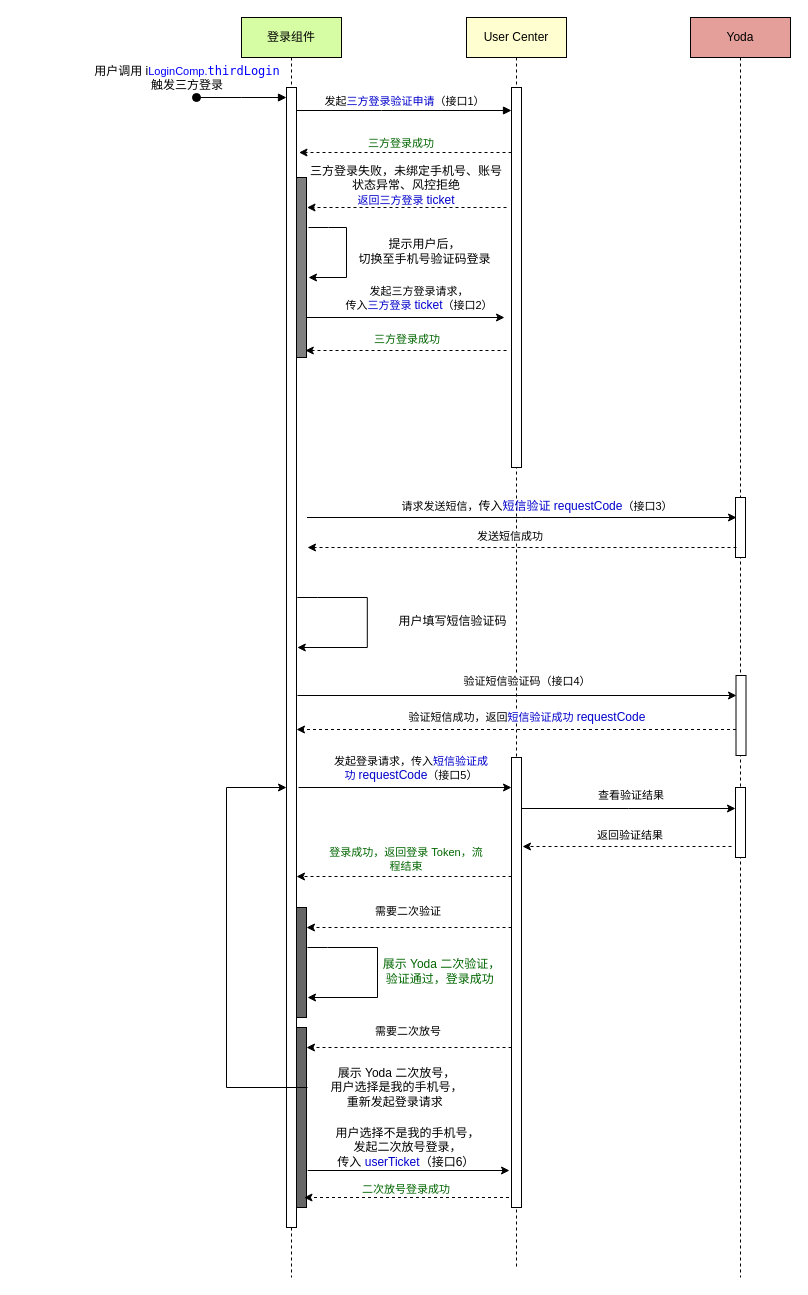
Above: src/account-third.drawio in zhengjiaqi/draw (draw.io), before the change. Source tidied: cells renumbered, new cells numbered last; positions are measured from the earlier drawing's top-left corner, leaving out a move shared by most shapes. Both pictures are drawn from the tidied source at 100%, with x=0, y=0 at pixel (16, 17).
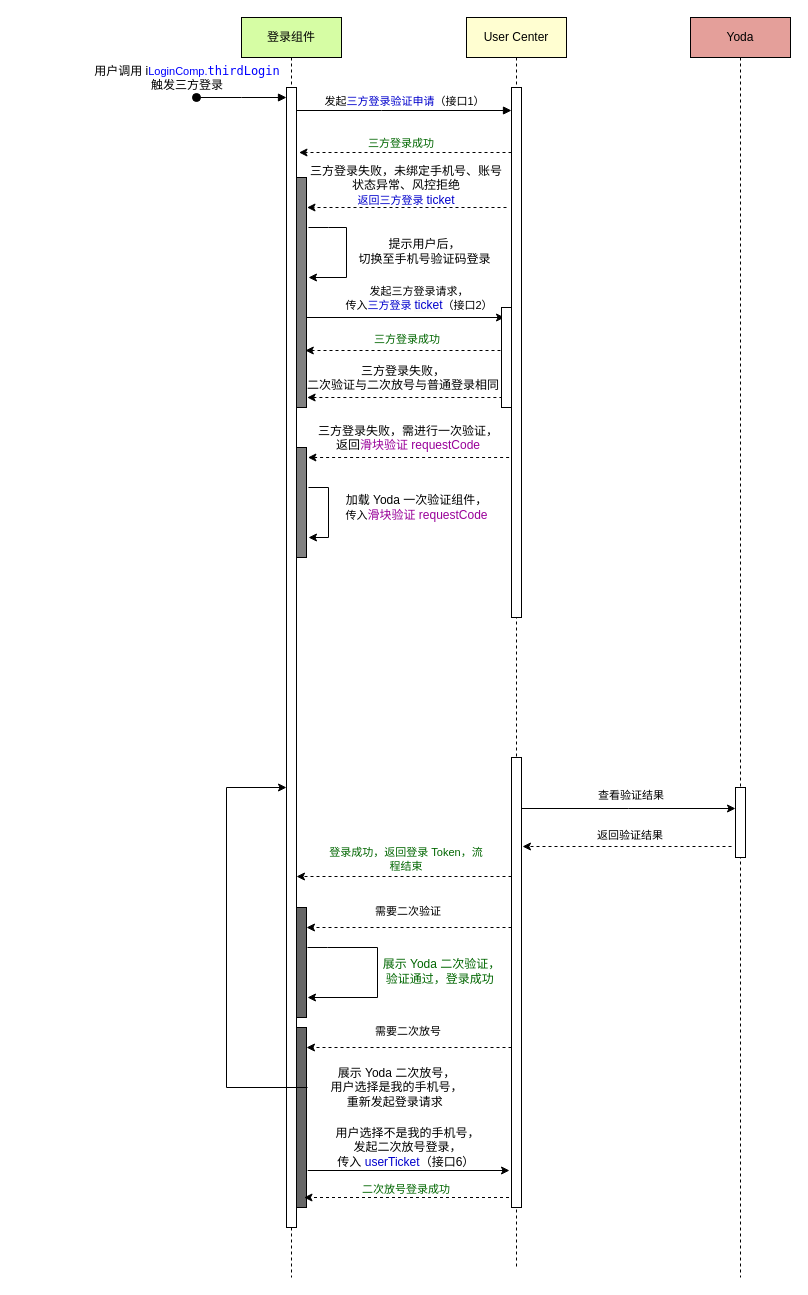
The same page after the edit.

The change refers to these unchanged cells:
```xml
<mxCell id="2" value="登录组件" style="shape=umlLifeline;perimeter=lifelinePerimeter;whiteSpace=wrap;html=1;newEdgeStyle={&quot;edgeStyle&quot;:&quot;elbowEdgeStyle&quot;,&quot;elbow&quot;:&quot;vertical&quot;,&quot;curved&quot;:0,&quot;rounded&quot;:0};fillColor=#D6FDA4;" parent="1" vertex="1">
  <mxGeometry x="225" width="100" height="1260" as="geometry" />
</mxCell>
<mxCell id="8" value="User Center" style="shape=umlLifeline;perimeter=lifelinePerimeter;whiteSpace=wrap;html=1;newEdgeStyle={&quot;edgeStyle&quot;:&quot;elbowEdgeStyle&quot;,&quot;elbow&quot;:&quot;vertical&quot;,&quot;curved&quot;:0,&quot;rounded&quot;:0};fillColor=#FFFED1;" parent="1" vertex="1">
  <mxGeometry x="450" width="100" height="1250" as="geometry" />
</mxCell>
<mxCell id="10" style="html=1;points=[];perimeter=orthogonalPerimeter;outlineConnect=0;targetShapes=umlLifeline;portConstraint=eastwest;newEdgeStyle={&quot;edgeStyle&quot;:&quot;elbowEdgeStyle&quot;,&quot;elbow&quot;:&quot;vertical&quot;,&quot;curved&quot;:0,&quot;rounded&quot;:0};" parent="8" vertex="1">
  <mxGeometry x="45" y="740" width="10" height="450" as="geometry" />
</mxCell>
<mxCell id="12" value="Yoda" style="shape=umlLifeline;perimeter=lifelinePerimeter;whiteSpace=wrap;html=1;newEdgeStyle={&quot;edgeStyle&quot;:&quot;elbowEdgeStyle&quot;,&quot;elbow&quot;:&quot;vertical&quot;,&quot;curved&quot;:0,&quot;rounded&quot;:0};fillColor=#E49F9A;" parent="1" vertex="1">
  <mxGeometry x="674" width="100" height="1260" as="geometry" />
</mxCell>
```

The edit, as a diff of the source:
```diff
@@
     <mxCell id="6" style="html=1;perimeter=orthogonalPerimeter;targetShapes=umlLifeline;newEdgeStyle={&quot;edgeStyle&quot;:&quot;elbowEdgeStyle&quot;,&quot;elbow&quot;:&quot;vertical&quot;,&quot;curved&quot;:0,&quot;rounded&quot;:0};fillColor=#808080;" parent="2" vertex="1">
-      <mxGeometry x="55" y="160" width="10" height="180" as="geometry" />
+      <mxGeometry x="55" y="160" width="10" height="230" as="geometry" />
     </mxCell>
@@
+    <mxCell id="57" style="html=1;perimeter=orthogonalPerimeter;targetShapes=umlLifeline;newEdgeStyle={&quot;edgeStyle&quot;:&quot;elbowEdgeStyle&quot;,&quot;elbow&quot;:&quot;vertical&quot;,&quot;curved&quot;:0,&quot;rounded&quot;:0};fillColor=#808080;" parent="2" vertex="1">
+      <mxGeometry x="55" y="430" width="10" height="110" as="geometry" />
+    </mxCell>
@@
     <mxCell id="9" style="html=1;perimeter=orthogonalPerimeter;targetShapes=umlLifeline;newEdgeStyle={&quot;edgeStyle&quot;:&quot;elbowEdgeStyle&quot;,&quot;elbow&quot;:&quot;vertical&quot;,&quot;curved&quot;:0,&quot;rounded&quot;:0};" parent="8" vertex="1">
-      <mxGeometry x="45" y="70" width="10" height="380" as="geometry" />
+      <mxGeometry x="45" y="70" width="10" height="530" as="geometry" />
     </mxCell>
@@
-    <mxCell id="13" style="html=1;perimeter=orthogonalPerimeter;targetShapes=umlLifeline;newEdgeStyle={&quot;edgeStyle&quot;:&quot;elbowEdgeStyle&quot;,&quot;elbow&quot;:&quot;vertical&quot;,&quot;curved&quot;:0,&quot;rounded&quot;:0};" parent="12" vertex="1">
-      <mxGeometry x="45" y="480" width="10" height="60" as="geometry" />
-    </mxCell>
-    <mxCell id="14" style="html=1;perimeter=orthogonalPerimeter;targetShapes=umlLifeline;newEdgeStyle={&quot;edgeStyle&quot;:&quot;elbowEdgeStyle&quot;,&quot;elbow&quot;:&quot;vertical&quot;,&quot;curved&quot;:0,&quot;rounded&quot;:0};" parent="12" vertex="1">
-      <mxGeometry x="45.5" y="658" width="10" height="80" as="geometry" />
-    </mxCell>
@@
-    <mxCell id="18" style="edgeStyle=elbowEdgeStyle;rounded=0;orthogonalLoop=1;jettySize=auto;html=1;elbow=vertical;curved=0;" parent="1" edge="1">
-      <mxGeometry relative="1" as="geometry">
-        <mxPoint x="290.5" y="500" as="sourcePoint" />
-        <mxPoint x="720" y="500" as="targetPoint" />
-      </mxGeometry>
-    </mxCell>
-    <mxCell id="19" value="&lt;span style=&quot;color: rgb(0, 0, 0); font-family: Helvetica; font-size: 11px; font-style: normal; font-variant-ligatures: normal; font-variant-caps: normal; font-weight: 400; letter-spacing: normal; orphans: 2; text-indent: 0px; text-transform: none; widows: 2; word-spacing: 0px; -webkit-text-stroke-width: 0px; background-color: rgb(255, 255, 255); text-decoration-thickness: initial; text-decoration-style: initial; text-decoration-color: initial; float: none; display: inline !important;&quot;&gt;请求发送短信，&lt;/span&gt;传入&lt;font style=&quot;border-color: var(--border-color);&quot; color=&quot;#0000cc&quot;&gt;短信验证&amp;nbsp;requestCode&lt;/font&gt;&lt;span style=&quot;border-color: var(--border-color); font-size: 11px; background-color: rgb(255, 255, 255);&quot;&gt;（接口3）&lt;/span&gt;" style="text;whiteSpace=wrap;html=1;align=center;" parent="1" vertex="1">
-      <mxGeometry x="351" y="475" width="340" height="20" as="geometry" />
-    </mxCell>
-    <mxCell id="20" style="edgeStyle=elbowEdgeStyle;rounded=0;orthogonalLoop=1;jettySize=auto;html=1;elbow=vertical;curved=0;dashed=1;" parent="1" edge="1">
-      <mxGeometry relative="1" as="geometry">
-        <mxPoint x="720" y="530" as="sourcePoint" />
-        <mxPoint x="291" y="530" as="targetPoint" />
-      </mxGeometry>
-    </mxCell>
-    <mxCell id="21" value="&lt;span style=&quot;font-size: 11px; background-color: rgb(255, 255, 255);&quot;&gt;发送短信成功&lt;/span&gt;" style="text;whiteSpace=wrap;html=1;align=center;" parent="1" vertex="1">
-      <mxGeometry x="324" y="505" width="340" height="20" as="geometry" />
-    </mxCell>
-    <mxCell id="22" style="edgeStyle=elbowEdgeStyle;rounded=0;orthogonalLoop=1;jettySize=auto;html=1;elbow=vertical;curved=0;entryX=0;entryY=0.167;entryDx=0;entryDy=0;entryPerimeter=0;" parent="1" edge="1">
-      <mxGeometry relative="1" as="geometry">
-        <mxPoint x="281" y="678" as="sourcePoint" />
-        <mxPoint x="720" y="678.4" as="targetPoint" />
-      </mxGeometry>
-    </mxCell>
-    <mxCell id="23" value="&lt;span style=&quot;color: rgb(0, 0, 0); font-family: Helvetica; font-size: 11px; font-style: normal; font-variant-ligatures: normal; font-variant-caps: normal; font-weight: 400; letter-spacing: normal; orphans: 2; text-indent: 0px; text-transform: none; widows: 2; word-spacing: 0px; -webkit-text-stroke-width: 0px; background-color: rgb(255, 255, 255); text-decoration-thickness: initial; text-decoration-style: initial; text-decoration-color: initial; float: none; display: inline !important;&quot;&gt;验证短信验证码&lt;/span&gt;&lt;span style=&quot;color: rgb(0, 0, 0); font-family: Helvetica; font-size: 11px; font-style: normal; font-variant-ligatures: normal; font-variant-caps: normal; font-weight: 400; letter-spacing: normal; orphans: 2; text-indent: 0px; text-transform: none; widows: 2; word-spacing: 0px; -webkit-text-stroke-width: 0px; background-color: rgb(255, 255, 255); text-decoration-thickness: initial; text-decoration-style: initial; text-decoration-color: initial; float: none; display: inline !important;&quot;&gt;（接口4）&lt;/span&gt;" style="text;whiteSpace=wrap;html=1;align=center;" parent="1" vertex="1">
-      <mxGeometry x="340.5" y="650" width="340" height="20" as="geometry" />
-    </mxCell>
@@
-    <mxCell id="26" style="edgeStyle=elbowEdgeStyle;rounded=0;orthogonalLoop=1;jettySize=auto;html=1;elbow=vertical;curved=0;dashed=1;" parent="1" edge="1">
-      <mxGeometry relative="1" as="geometry">
-        <mxPoint x="719.5" y="712" as="sourcePoint" />
-        <mxPoint x="280" y="712" as="targetPoint" />
-      </mxGeometry>
-    </mxCell>
-    <mxCell id="27" value="&lt;span style=&quot;font-size: 11px; background-color: rgb(255, 255, 255);&quot;&gt;验证短信成功，返回&lt;font color=&quot;#0000cc&quot;&gt;短信验证成功&amp;nbsp;&lt;/font&gt;&lt;/span&gt;&lt;font color=&quot;#0000cc&quot;&gt;requestCode&lt;/font&gt;" style="text;whiteSpace=wrap;html=1;align=center;" parent="1" vertex="1">
-      <mxGeometry x="340.5" y="686" width="340" height="20" as="geometry" />
-    </mxCell>
-    <mxCell id="28" style="endArrow=classic;html=1;rounded=0;" parent="1" edge="1" target="10">
-      <mxGeometry relative="1" as="geometry">
-        <mxPoint x="282" y="770" as="sourcePoint" />
-      </mxGeometry>
-    </mxCell>
-    <mxCell id="29" value="&lt;span style=&quot;color: rgb(0, 0, 0); font-family: Helvetica; font-size: 11px; font-style: normal; font-variant-ligatures: normal; font-variant-caps: normal; font-weight: 400; letter-spacing: normal; orphans: 2; text-indent: 0px; text-transform: none; widows: 2; word-spacing: 0px; -webkit-text-stroke-width: 0px; background-color: rgb(255, 255, 255); text-decoration-thickness: initial; text-decoration-style: initial; text-decoration-color: initial; float: none; display: inline !important;&quot;&gt;发起登录请求，传入&lt;font style=&quot;border-color: var(--border-color);&quot; color=&quot;#0000cc&quot;&gt;短信验证成功&amp;nbsp;&lt;/font&gt;&lt;font style=&quot;border-color: var(--border-color); font-size: 12px; background-color: rgb(251, 251, 251);&quot; color=&quot;#0000cc&quot;&gt;requestCode&lt;/font&gt;（接口5）&lt;/span&gt;" style="text;whiteSpace=wrap;html=1;align=center;" parent="1" vertex="1">
-      <mxGeometry x="310" y="730" width="170" height="20" as="geometry" />
-    </mxCell>
@@
-    <mxCell id="46" style="endArrow=classic;html=1;rounded=0;" parent="1" edge="1">
-      <mxGeometry relative="1" as="geometry">
-        <mxPoint x="280.8" y="580" as="sourcePoint" />
-        <mxPoint x="280.8" y="630" as="targetPoint" />
-        <Array as="points">
-          <mxPoint x="300.8" y="580" />
-          <mxPoint x="350.8" y="580" />
-          <mxPoint x="350.8" y="630" />
-        </Array>
-      </mxGeometry>
-    </mxCell>
-    <mxCell id="47" value="用户填写短信验证码" style="text;html=1;align=center;verticalAlign=middle;strokeColor=none;fillColor=none;" parent="1" vertex="1">
-      <mxGeometry x="370.8" y="589" width="130" height="30" as="geometry" />
-    </mxCell>
@@
+    <mxCell id="58" style="edgeStyle=elbowEdgeStyle;rounded=0;orthogonalLoop=1;jettySize=auto;html=1;elbow=vertical;curved=0;dashed=1;" parent="1" edge="1">
+      <mxGeometry relative="1" as="geometry">
+        <mxPoint x="491.9" y="380" as="sourcePoint" />
+        <mxPoint x="290.6" y="380" as="targetPoint" />
+      </mxGeometry>
+    </mxCell>
+    <mxCell id="59" value="三方登录失败，&lt;br&gt;二次验证与二次放号与普通登录相同" style="text;whiteSpace=wrap;html=1;align=center;" parent="1" vertex="1">
+      <mxGeometry x="289" y="340" width="196" height="20" as="geometry" />
+    </mxCell>
+    <mxCell id="60" style="html=1;perimeter=orthogonalPerimeter;targetShapes=umlLifeline;newEdgeStyle={&quot;edgeStyle&quot;:&quot;elbowEdgeStyle&quot;,&quot;elbow&quot;:&quot;vertical&quot;,&quot;curved&quot;:0,&quot;rounded&quot;:0};fillColor=#FFFFFF;" parent="1" vertex="1">
+      <mxGeometry x="485" y="290" width="10" height="100" as="geometry" />
+    </mxCell>
+    <mxCell id="61" style="edgeStyle=elbowEdgeStyle;rounded=0;orthogonalLoop=1;jettySize=auto;html=1;elbow=vertical;curved=0;dashed=1;" parent="1" edge="1">
+      <mxGeometry relative="1" as="geometry">
+        <mxPoint x="492.6" y="440" as="sourcePoint" />
+        <mxPoint x="291.4" y="440" as="targetPoint" />
+      </mxGeometry>
+    </mxCell>
+    <mxCell id="62" value="三方登录失败，需进行一次验证，&lt;br&gt;返回&lt;font style=&quot;border-color: var(--border-color);&quot; color=&quot;#990099&quot;&gt;滑块验证&amp;nbsp;requestCode&lt;/font&gt;" style="text;whiteSpace=wrap;html=1;align=center;" parent="1" vertex="1">
+      <mxGeometry x="294" y="400" width="196" height="20" as="geometry" />
+    </mxCell>
+    <mxCell id="63" style="endArrow=classic;html=1;rounded=0;" parent="1" edge="1">
+      <mxGeometry relative="1" as="geometry">
+        <mxPoint x="292" y="470" as="sourcePoint" />
+        <mxPoint x="292" y="520" as="targetPoint" />
+        <Array as="points">
+          <mxPoint x="312" y="470" />
+          <mxPoint x="312" y="520" />
+        </Array>
+      </mxGeometry>
+    </mxCell>
+    <mxCell id="64" value="加载 Yoda 一次验证组件，&lt;br style=&quot;border-color: var(--border-color); font-size: 11px;&quot;&gt;&lt;span style=&quot;font-size: 11px; background-color: rgb(255, 255, 255);&quot;&gt;传入&lt;/span&gt;&lt;font style=&quot;border-color: var(--border-color);&quot; color=&quot;#990099&quot;&gt;滑块验证&amp;nbsp;requestCode&lt;/font&gt;" style="text;html=1;align=center;verticalAlign=middle;strokeColor=none;fillColor=none;" parent="1" vertex="1">
+      <mxGeometry x="315" y="470" width="170" height="40" as="geometry" />
+    </mxCell>
```
